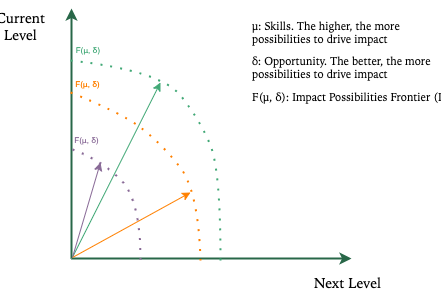
Earlier version of the draw.io export images/people/impact-possibilities-frontier.png (lgmoneda/data-science-management). Source tidied: cells renumbered, new cells last; positions are measured from the earlier drawing's top-left corner, leaving out a move shared by most shapes.
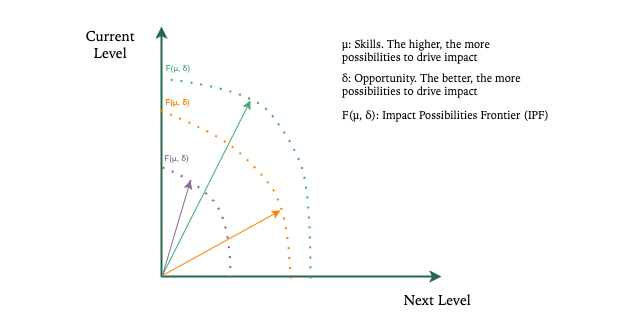
The same file after the commit.

Change to the diagram source:
```diff
@@ -125,5 +125,8 @@
     <mxCell id="26" value="F(μ, δ)" style="text;align=center;verticalAlign=middle;rounded=0;fontColor=#886996;fontSize=8;" parent="1" vertex="1">
       <mxGeometry x="0.5" y="117" width="60" height="30" as="geometry" />
     </mxCell>
+    <mxCell id="27" style="rounded=0;fillColor=none;strokeColor=none;" parent="1" vertex="1">
+      <mxGeometry x="-146" y="-27" width="640" height="321" as="geometry" />
+    </mxCell>
   </root>
 </mxGraphModel>
```
